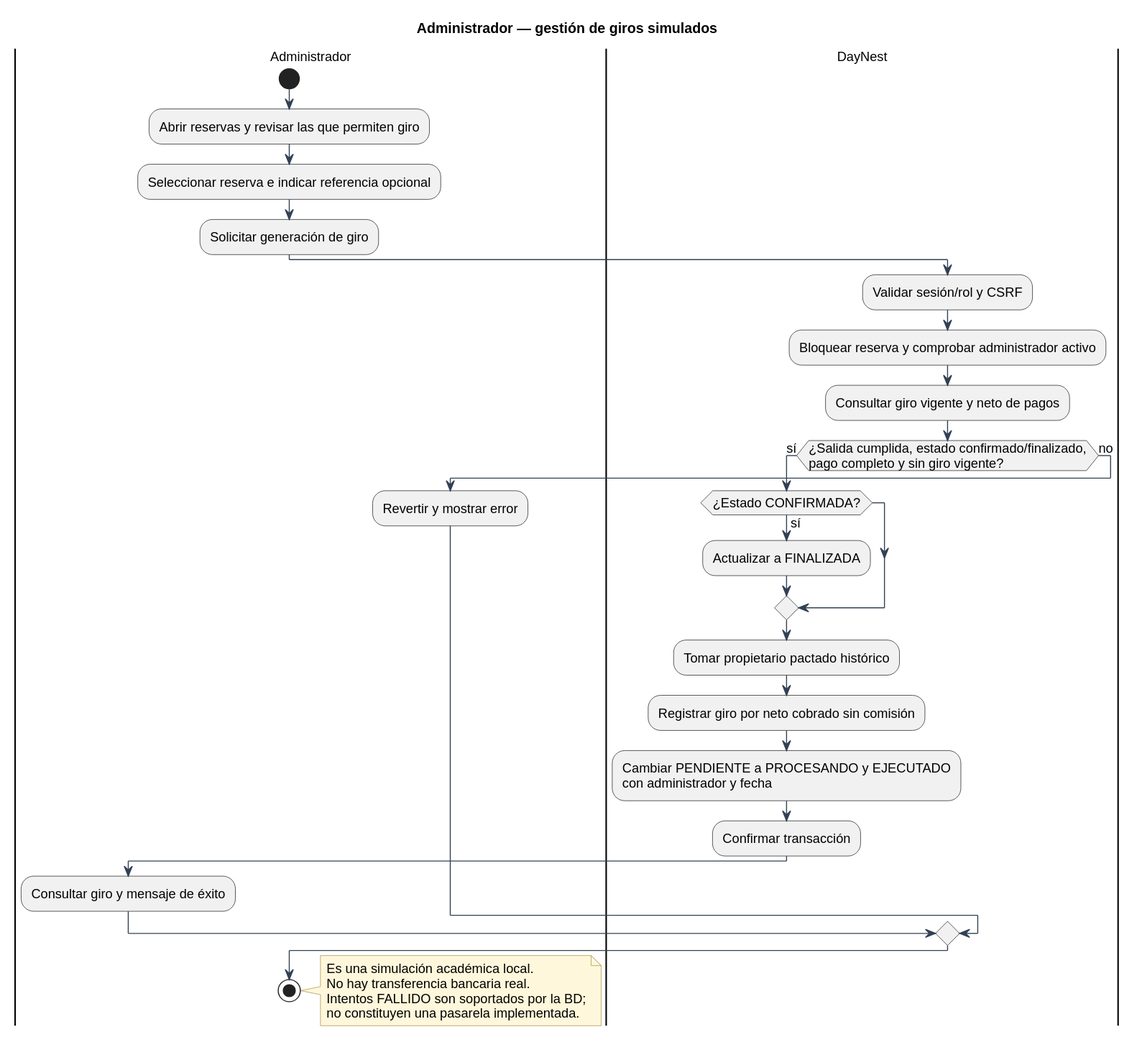
Above: docs/diagramas/15_actividad_giros.svg in Davidjp11p07/DayNest (PlantUML), before the change. Source of this version:
```plantuml
@startuml
!include estilo.iuml
title Administrador — gestión de giros simulados
|Administrador|
start
:Abrir reservas y revisar las que permiten giro;
:Seleccionar reserva e indicar referencia opcional;
:Solicitar generación de giro;
|DayNest|
:Validar sesión/rol y CSRF;
:Bloquear reserva y comprobar administrador activo;
:Consultar giro vigente y neto de pagos;
if (¿Salida cumplida, estado confirmado/finalizado,
pago completo y sin giro vigente?) then (sí)
  if (¿Estado CONFIRMADA?) then (sí)
    :Actualizar a FINALIZADA;
  endif
  :Tomar propietario pactado histórico;
  :Registrar giro por neto cobrado sin comisión;
  :Cambiar PENDIENTE a PROCESANDO y EJECUTADO
con administrador y fecha;
  :Confirmar transacción;
  |Administrador|
  :Consultar giro y mensaje de éxito;
else (no)
  :Revertir y mostrar error;
endif
stop
note right
  Es una simulación académica local.
  No hay transferencia bancaria real.
  Intentos FALLIDO son soportados por la BD;
  no constituyen una pasarela implementada.
end note
@enduml
```
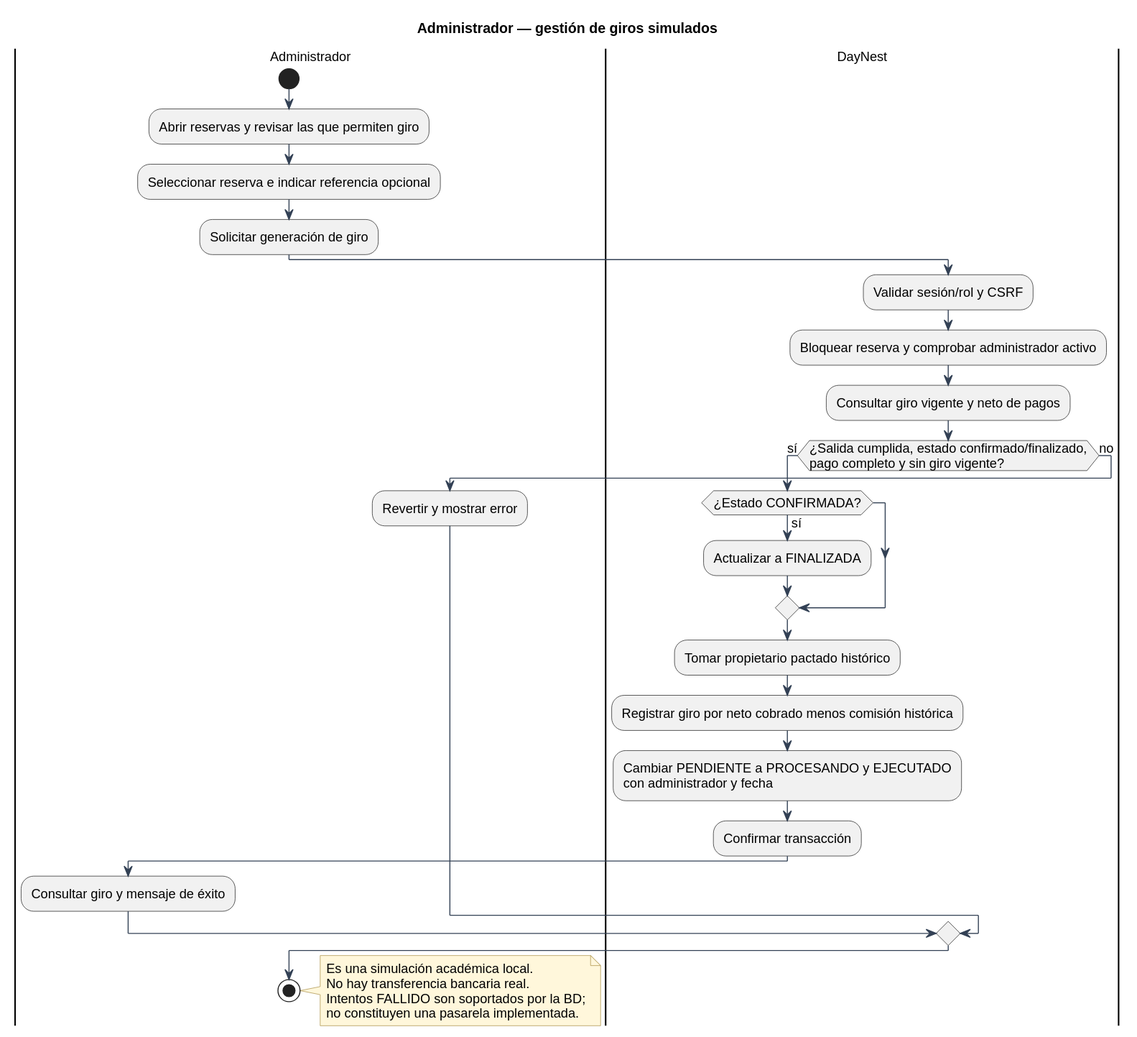
Above is the later version.

Diff of the diagram source:
```diff
@@ -16,7 +16,7 @@
     :Actualizar a FINALIZADA;
   endif
   :Tomar propietario pactado histórico;
-  :Registrar giro por neto cobrado sin comisión;
+  :Registrar giro por neto cobrado menos comisión histórica;
   :Cambiar PENDIENTE a PROCESANDO y EJECUTADO
 con administrador y fecha;
   :Confirmar transacción;
```
